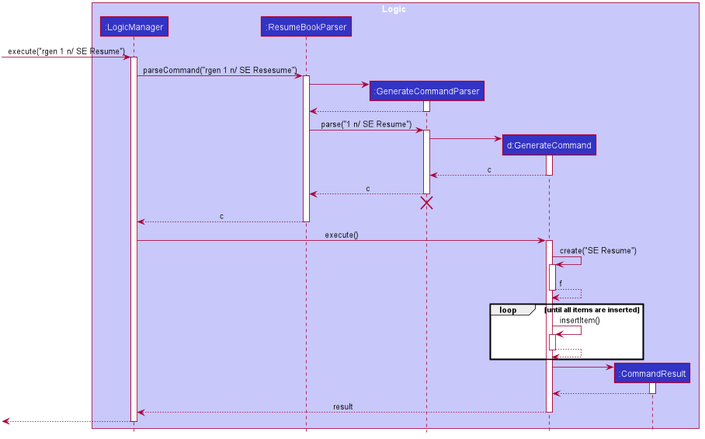
Above: docs/images/ExportSequenceDiagram.png in wardetu/main (PlantUML), before the change.
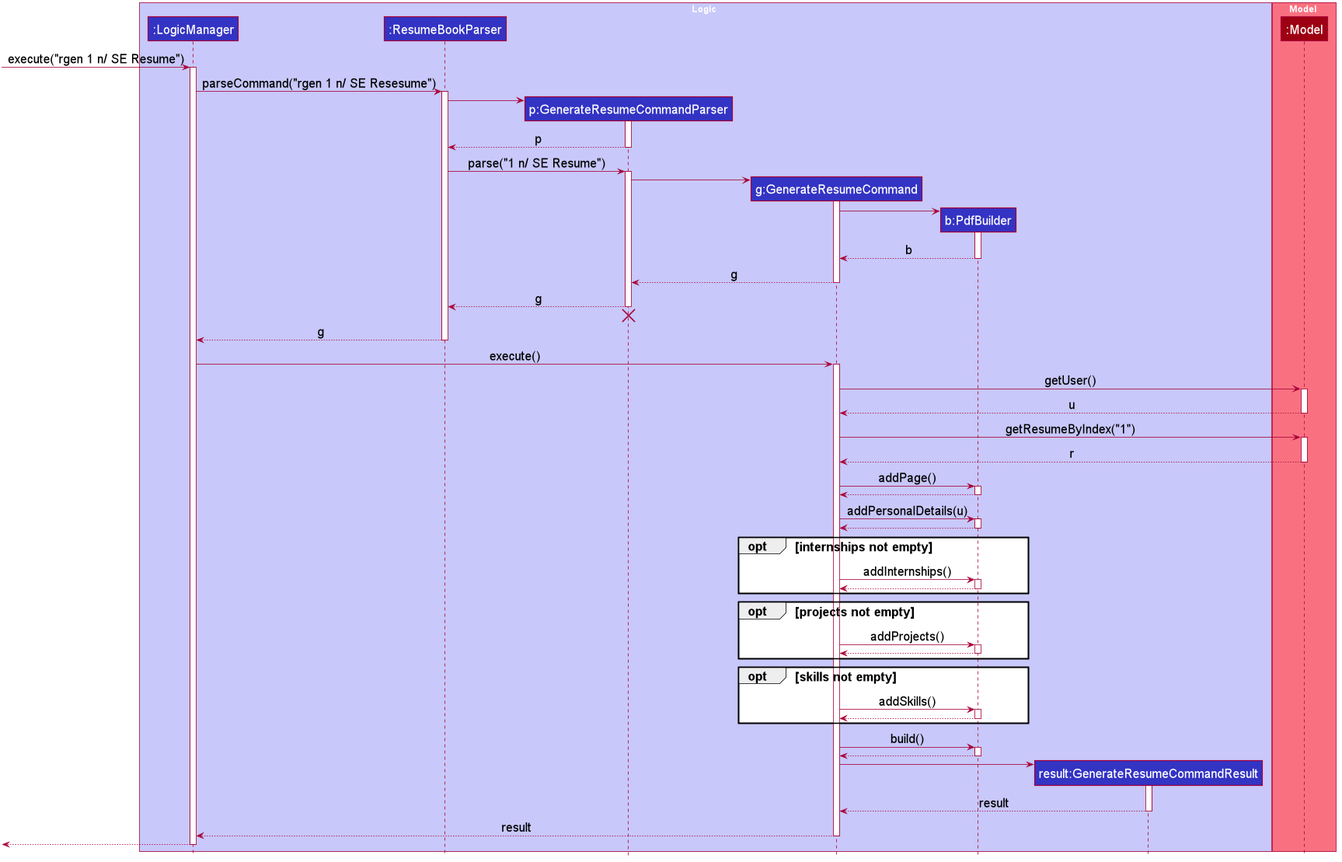
The same diagram one commit later.

What changed in the source:
```diff
@@ -7,7 +7,8 @@
 
 
 
-skinparam BackgroundColor #FFFFFFF
+
+skinparam BackgroundColor #DDDDDDD
 
 skinparam Shadowing false
 
@@ -47,13 +48,18 @@
 hide footbox
 hide members
 hide circle
+skinparam defaultFontSize 20
 
 box Logic #C8C8FA
 participant ":LogicManager" as LogicManager #3333C4
 participant ":ResumeBookParser" as ResumeBookParser #3333C4
-participant ":GenerateCommandParser" as GenerateCommandParser #3333C4
-participant "d:GenerateCommand" as GenerateCommand #3333C4
-participant ":CommandResult" as CommandResult #3333C4
+participant "p:GenerateResumeCommandParser" as GenerateResumeCommandParser #3333C4
+participant "g:GenerateResumeCommand" as GenerateResumeCommand #3333C4
+participant "b:PdfBuilder" as PdfBuilder #3333C4
+participant "result:GenerateResumeCommandResult" as GenerateResumeCommandResult #3333C4
+end box
+box Model #F97181
+participant ":Model" as Model #9D0012
 end box
 
 
@@ -63,55 +69,95 @@
 LogicManager -> ResumeBookParser : parseCommand("rgen 1 n/ SE Resesume")
 activate ResumeBookParser
 
-create GenerateCommandParser
-ResumeBookParser -> GenerateCommandParser
-activate GenerateCommandParser
+create GenerateResumeCommandParser
+ResumeBookParser -> GenerateResumeCommandParser
+activate GenerateResumeCommandParser
 
-GenerateCommandParser --> ResumeBookParser
-deactivate GenerateCommandParser
+GenerateResumeCommandParser --> ResumeBookParser : p
+deactivate GenerateResumeCommandParser
 
-ResumeBookParser -> GenerateCommandParser : parse("1 n/ SE Resume")
-activate GenerateCommandParser
+ResumeBookParser -> GenerateResumeCommandParser : parse("1 n/ SE Resume")
+activate GenerateResumeCommandParser
 
-create GenerateCommand
-GenerateCommandParser -> GenerateCommand
-activate GenerateCommand
+create GenerateResumeCommand
+GenerateResumeCommandParser -> GenerateResumeCommand
+activate GenerateResumeCommand
 
-GenerateCommand --> GenerateCommandParser : c
-deactivate GenerateCommand
+create PdfBuilder
+GenerateResumeCommand -> PdfBuilder
+activate PdfBuilder
+PdfBuilder --> GenerateResumeCommand : b
+deactivate PdfBuilder
 
-GenerateCommandParser --> ResumeBookParser : c
-deactivate GenerateCommandParser
-GenerateCommandParser -[hidden]-> ResumeBookParser
-destroy GenerateCommandParser
+GenerateResumeCommand --> GenerateResumeCommandParser : g
+deactivate GenerateResumeCommand
 
-ResumeBookParser --> LogicManager : c
+GenerateResumeCommandParser --> ResumeBookParser : g
+deactivate GenerateResumeCommandParser
+GenerateResumeCommandParser -[hidden]-> ResumeBookParser
+destroy GenerateResumeCommandParser
+
+ResumeBookParser --> LogicManager : g
 deactivate ResumeBookParser
 
-LogicManager -> GenerateCommand : execute()
-activate GenerateCommand
+LogicManager -> GenerateResumeCommand : execute()
+activate GenerateResumeCommand
 
-GenerateCommand -> GenerateCommand : create("SE Resume")
-activate GenerateCommand
-GenerateCommand --> GenerateCommand : f
-deactivate GenerateCommand
+GenerateResumeCommand -> Model : getUser()
+activate Model
+Model --> GenerateResumeCommand : u
+deactivate Model
 
-loop until all items are inserted
-GenerateCommand -> GenerateCommand : insertItem()
-activate GenerateCommand
-GenerateCommand --> GenerateCommand
-deactivate GenerateCommand
-end
+GenerateResumeCommand -> Model : getResumeByIndex("1")
+activate Model
+Model --> GenerateResumeCommand : r
+deactivate Model
 
-create CommandResult
-GenerateCommand -> CommandResult
-activate CommandResult
+GenerateResumeCommand -> PdfBuilder : addPage()
+activate PdfBuilder
+PdfBuilder --> GenerateResumeCommand
+deactivate PdfBuilder
 
-CommandResult --> GenerateCommand
-deactivate CommandResult
+GenerateResumeCommand -> PdfBuilder : addPersonalDetails(u)
+activate PdfBuilder
+PdfBuilder --> GenerateResumeCommand
+deactivate PdfBuilder
 
-GenerateCommand --> LogicManager : result
-deactivate GenerateCommand
+opt internships not empty
+GenerateResumeCommand -> PdfBuilder : addInternships()
+activate PdfBuilder
+PdfBuilder --> GenerateResumeCommand
+deactivate PdfBuilder
+end opt
+
+opt projects not empty
+GenerateResumeCommand -> PdfBuilder : addProjects()
+activate PdfBuilder
+PdfBuilder --> GenerateResumeCommand
+deactivate PdfBuilder
+end opt
+
+opt skills not empty
+GenerateResumeCommand -> PdfBuilder : addSkills()
+activate PdfBuilder
+PdfBuilder --> GenerateResumeCommand
+deactivate PdfBuilder
+end opt
+
+GenerateResumeCommand -> PdfBuilder : build()
+activate PdfBuilder
+PdfBuilder --> GenerateResumeCommand :
+deactivate PdfBuilder
+
+create GenerateResumeCommandResult
+GenerateResumeCommand -> GenerateResumeCommandResult
+activate GenerateResumeCommandResult
+
+GenerateResumeCommandResult --> GenerateResumeCommand: result
+deactivate GenerateResumeCommandResult
+
+GenerateResumeCommand --> LogicManager : result
+deactivate GenerateResumeCommand
 
 [<--LogicManager
 deactivate LogicManager
```
